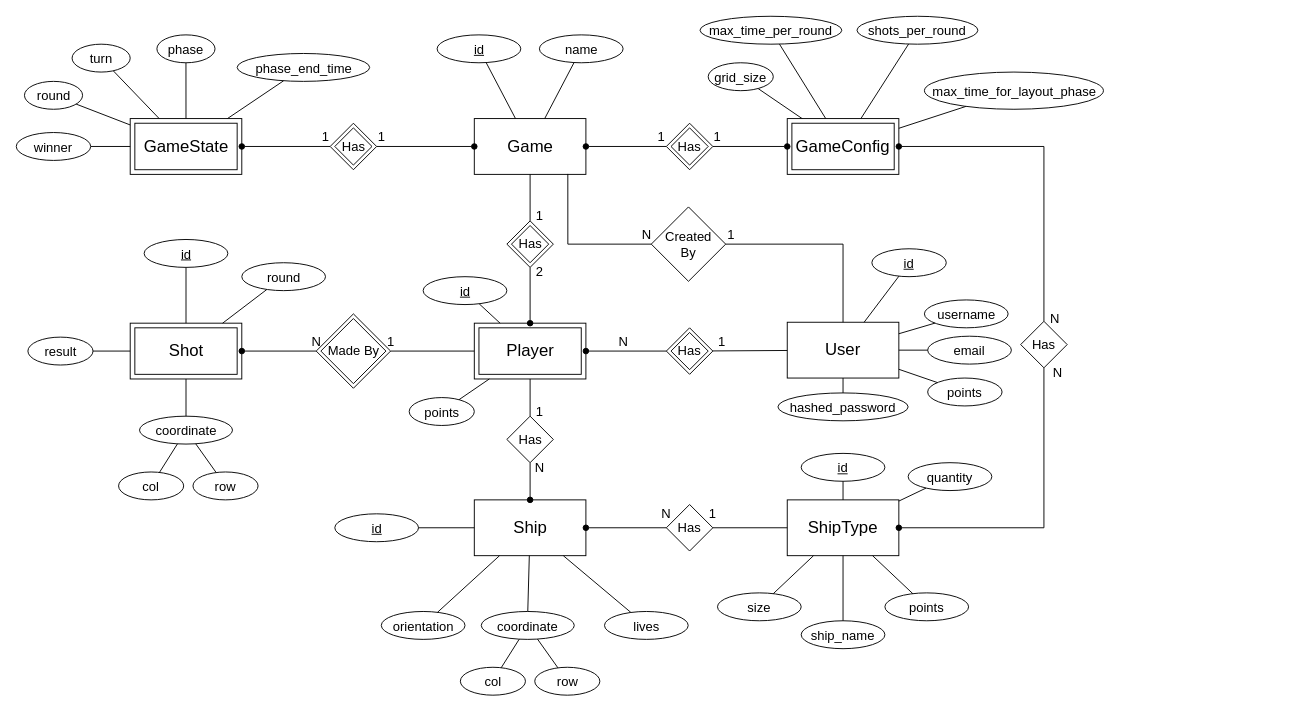
The draw.io diagram docs/battleships-db/battleships-diagrams.drawio in bodybuilders-team/battleships-web, before the edit. Source tidied: cells renumbered, new cells numbered last; positions are measured from the earlier drawing's top-left corner, leaving out a move shared by most shapes. Both pictures are drawn from the tidied source at 93%, with x=0, y=0 at pixel (16, 16).
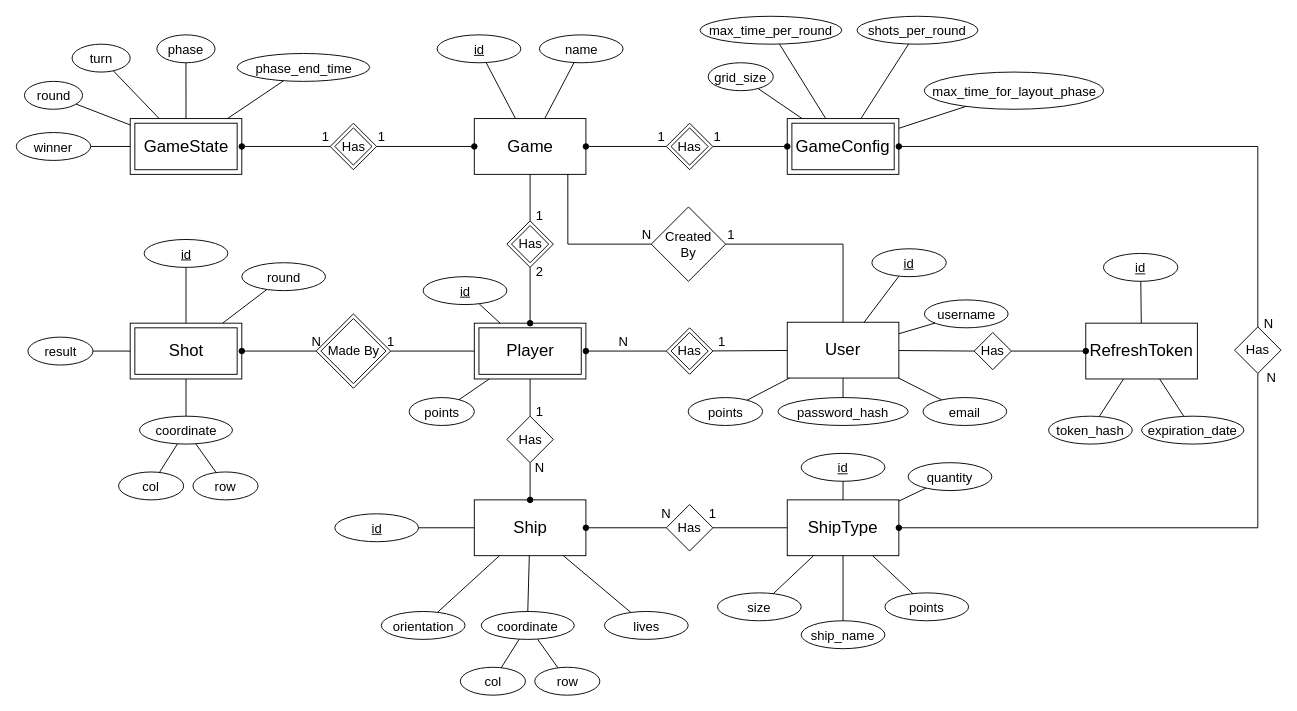
The same page after the edit.

The change refers to these unchanged cells:
```xml
<mxCell id="15" value="&lt;span style=&quot;font-size: 18px;&quot;&gt;User&lt;/span&gt;" style="rounded=0;whiteSpace=wrap;html=1;" parent="1" vertex="1">
  <mxGeometry x="829" y="329" width="120" height="60" as="geometry" />
</mxCell>
```

Change to the diagram source:
```diff
@@
-    <mxCell id="17" value="&lt;span style=&quot;font-size: 14px;&quot;&gt;hashed_password&lt;/span&gt;" style="ellipse;whiteSpace=wrap;html=1;fontSize=18;" parent="1" vertex="1">
-      <mxGeometry x="819" y="405" width="140" height="30" as="geometry" />
+    <mxCell id="17" value="&lt;span style=&quot;font-size: 14px&quot;&gt;password_hash&lt;/span&gt;" style="ellipse;whiteSpace=wrap;html=1;fontSize=18;" parent="1" vertex="1">
+      <mxGeometry x="819" y="410" width="140" height="30" as="geometry" />
     </mxCell>
@@
     <mxCell id="19" value="&lt;span style=&quot;font-size: 14px;&quot;&gt;points&lt;/span&gt;" style="ellipse;whiteSpace=wrap;html=1;fontSize=18;" parent="1" vertex="1">
-      <mxGeometry x="980" y="389" width="80" height="30" as="geometry" />
+      <mxGeometry x="722.5" y="410" width="80" height="30" as="geometry" />
     </mxCell>
@@
     <mxCell id="106" value="Has" style="rhombus;whiteSpace=wrap;html=1;fontSize=14;" parent="1" vertex="1">
-      <mxGeometry x="1080" y="328" width="50" height="50" as="geometry" />
+      <mxGeometry x="1310" y="334" width="50" height="50" as="geometry" />
     </mxCell>
@@
     <mxCell id="109" value="N" style="text;html=1;strokeColor=none;fillColor=none;align=center;verticalAlign=middle;whiteSpace=wrap;rounded=0;fontSize=14;" parent="1" vertex="1">
-      <mxGeometry x="1107" y="310" width="20" height="30" as="geometry" />
+      <mxGeometry x="1337" y="316" width="20" height="30" as="geometry" />
     </mxCell>
     <mxCell id="110" value="N" style="text;html=1;strokeColor=none;fillColor=none;align=center;verticalAlign=middle;whiteSpace=wrap;rounded=0;fontSize=14;" parent="1" vertex="1">
-      <mxGeometry x="1110" y="368" width="20" height="30" as="geometry" />
+      <mxGeometry x="1340" y="374" width="20" height="30" as="geometry" />
     </mxCell>
@@
     <mxCell id="126" value="&lt;font style=&quot;font-size: 14px&quot;&gt;email&lt;/font&gt;" style="ellipse;whiteSpace=wrap;html=1;fontSize=18;" parent="1" vertex="1">
-      <mxGeometry x="980" y="344" width="90" height="30" as="geometry" />
+      <mxGeometry x="975" y="410" width="90" height="30" as="geometry" />
     </mxCell>
@@
+    <mxCell id="134" value="&lt;span style=&quot;font-size: 18px;&quot;&gt;RefreshToken&lt;/span&gt;" style="rounded=0;whiteSpace=wrap;html=1;" parent="1" vertex="1">
+      <mxGeometry x="1150" y="330" width="120" height="60" as="geometry" />
+    </mxCell>
+    <mxCell id="135" value="&lt;span style=&quot;font-size: 14px;&quot;&gt;token_hash&lt;/span&gt;" style="ellipse;whiteSpace=wrap;html=1;fontSize=18;" parent="1" vertex="1">
+      <mxGeometry x="1110" y="430" width="90" height="30" as="geometry" />
+    </mxCell>
+    <mxCell id="136" value="&lt;span style=&quot;font-size: 14px&quot;&gt;&lt;u&gt;id&lt;/u&gt;&lt;/span&gt;" style="ellipse;whiteSpace=wrap;html=1;fontSize=18;" parent="1" vertex="1">
+      <mxGeometry x="1169" y="255" width="80" height="30" as="geometry" />
+    </mxCell>
+    <mxCell id="137" value="&lt;span style=&quot;font-size: 14px;&quot;&gt;expiration_date&lt;/span&gt;" style="ellipse;whiteSpace=wrap;html=1;fontSize=18;" parent="1" vertex="1">
+      <mxGeometry x="1210" y="430" width="110" height="30" as="geometry" />
+    </mxCell>
+    <mxCell id="138" style="endArrow=none;html=1;rounded=0;fontSize=14;" parent="1" edge="1" source="134" target="136">
+      <mxGeometry relative="1" as="geometry" />
+    </mxCell>
+    <mxCell id="139" style="endArrow=none;html=1;rounded=0;fontSize=14;" parent="1" edge="1" source="134" target="135">
+      <mxGeometry relative="1" as="geometry" />
+    </mxCell>
+    <mxCell id="140" style="endArrow=none;html=1;rounded=0;fontSize=14;" parent="1" edge="1" source="134" target="137">
+      <mxGeometry relative="1" as="geometry" />
+    </mxCell>
+    <mxCell id="141" value="Has" style="rhombus;whiteSpace=wrap;html=1;fontSize=14;fillColor=none;" parent="1" vertex="1">
+      <mxGeometry x="1030" y="340" width="40" height="40" as="geometry" />
+    </mxCell>
+    <mxCell id="142" style="endArrow=none;html=1;rounded=0;fontSize=14;endFill=0;startArrow=none;startFill=0;entryX=0;entryY=0.5;entryDx=0;entryDy=0;" parent="1" edge="1" source="15" target="141">
+      <mxGeometry relative="1" as="geometry" />
+    </mxCell>
+    <mxCell id="143" style="endArrow=oval;html=1;rounded=0;fontSize=14;endFill=1;startArrow=none;startFill=0;exitX=1;exitY=0.5;exitDx=0;exitDy=0;" parent="1" edge="1" source="141" target="134">
+      <mxGeometry relative="1" as="geometry" />
+    </mxCell>
```
